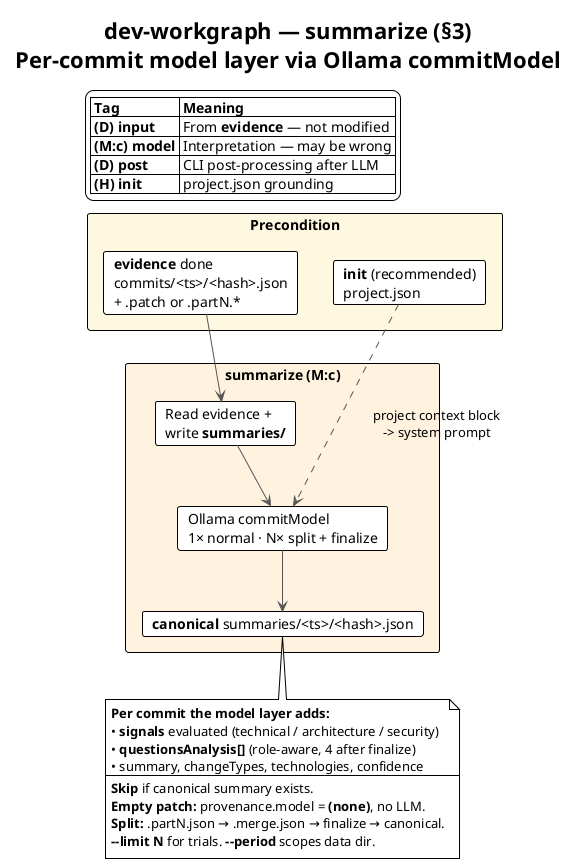
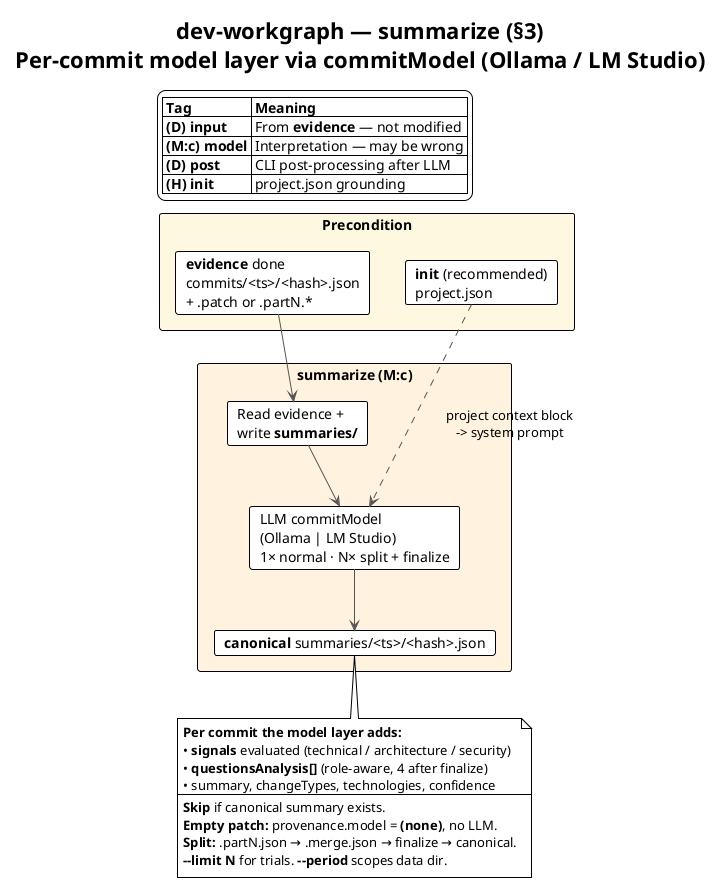
@startuml summarize-overview
!theme plain
skinparam shadowing false
skinparam ArrowColor #555555

- title dev-workgraph — **summarize** (§3)\nPer-commit **model layer** via Ollama **commitModel**
+ title dev-workgraph — **summarize** (§3)\nPer-commit **model layer** via **commitModel** (Ollama / LM Studio)

legend top left
  |= Tag |= Meaning |
  | **(D) input** | From **evidence** — not modified |
  | **(M:c) model** | Interpretation — may be wrong |
  | **(D) post** | CLI post-processing after LLM |
  | **(H) init** | project.json grounding |
endlegend

rectangle "**Precondition**" #FFF8E1 {
  card "**evidence** done\ncommits/<ts>/<hash>.json\n+ .patch or .partN.*" as EVID
  card "**init** (recommended)\nproject.json" as INIT
}

rectangle "**summarize (M:c)**" #FFF3E0 {
  card "Read evidence +\nwrite **summaries/**" as IN
-   card "Ollama commitModel\n1× normal · N× split + finalize" as LLM
+   card "LLM commitModel\n(Ollama | LM Studio)\n1× normal · N× split + finalize" as LLM
  card "**canonical** summaries/<ts>/<hash>.json" as OUT
}

EVID --> IN
INIT ..> LLM : project context block\n-> system prompt
IN --> LLM
LLM --> OUT

note bottom of OUT
  **Per commit the model layer adds:**
  • **signals** evaluated (technical / architecture / security)
  • **questionsAnalysis[]** (role-aware, 4 after finalize)
  • summary, changeTypes, technologies, confidence
  ----
  **Skip** if canonical summary exists.
  **Empty patch:** provenance.model = **(none)**, no LLM.
  **Split:** .partN.json → .merge.json → finalize → canonical.
  **--limit N** for trials. **--period** scopes data dir.
end note

@enduml


@startuml summarize-command
!theme plain
skinparam shadowing false
skinparam ActivityBorderColor #888888
skinparam NoteBackgroundColor #FFF3E0

title **summarize** — Full command flow

start

:Resolve repo → repo-id;\ncommits dir = commits/ or periods/<id>/commits/;

:List evidence commits/**/*.json;

if (None found?) then (yes)
  #Pink:Run **evidence** first;
  stop
else (no)
endif

- :Pick **commitModel** (Ollama);\n--model overrides;\nsaved in config.ollama.commitModel;
+ :Pick **commitModel**\n(Ollama / LM Studio);\n--model overrides;\nsaved in config.llm.commit;

:loadProjectContext(repo [, period]);
note right
  Prefer periods/<id>/project.json,
  fallback to repo-level project.json
end note

if (project.json missing?) then (yes)
  #FFF9C4:⚠️ Warn;\nempty project context block;
else (no)
  :Build projectContextBlock → prepend to system;
endif

:system = projectContextBlock + COMMIT_SUMMARY_SYSTEM;

:Build **pending** list;
note right
  Skip if **summaries/<ts>/<hash>.json** exists
  (canonical only — not .merge.json)
  Optional --limit N on pending slice
end note

if (pending empty?) then (yes)
  stop
else (no)
endif

partition "Per commit" {
  if (record.split?) then (yes)
    #LightBlue:→ **split path** (see summarize-split-commit);
  else (no)
    :Read commits/<ts>/.json + .patch;
  endif

  if (**isEmptySummarizePatch**(patch)?) then (yes)
    :Write empty ModelLayer;\nprovenance.model = **(none)**;
    note right: skipped (empty patch)\nno LLM call
  else (has diff hunks)
    repeat
-       :Ollama POST /api/chat\nformat = modelJsonSchema();
+       :chatJson — Ollama or LM Studio\nformat / response_format = modelJsonSchema();
      :extract + schema-validate;
    repeat while (fail?) is (yes)
    ->no;
    note right: Up to **3 attempts** with backoff

    if (All attempts failed?) then (yes)
      :Log failed;\n**no canonical summary**;
    else (success)
      :**enforceSignalReasons** (D post);
      :Attach **provenance** (D post);
      :Write **summaries/<ts>/<hash>.json**;\ncommits/ unchanged;
    endif
  endif
}

#LightGreen:✅ Summarized N, failed M, skipped empty K;

stop

@enduml


@startuml summarize-model-layer
!theme plain
skinparam shadowing false
skinparam classBackgroundColor #FAFAFA

title **ModelLayer** — canonical schema (§3)\n`summaries/<ts>/<hash>.json` · interpretation, not evidence

class "CommitSummaryRecord\n(after summarize)" as CR {
  commitHash, timestamp, title, author
  deterministic : DeterministicLayer **(D, from evidence)**
  model : ModelLayer **(M:c)**
}

- class "ModelLayer\n**(M:c) — from Ollama**" as MOD #FFF3E0 {
+ class "ModelLayer\n**(M:c) — from LLM backend**" as MOD #FFF3E0 {
  ..
  **Narrative**
  --
  **summary** : string
  Plain-language WHAT the diff changed.
  NOT importance, impact, or production use.
  PATCH is source of truth, not commit message.
  ROUTINE_RULE: deps/CI/format → name plainly,
  no version numbers; substantive only if mixed.
  --
  **changeTypes[]** : enum tags
  feature | bugfix | refactoring | security
  | infrastructure | testing | configuration
  | developer-tooling | architecture
  | documentation | deployment
  (zero or more)
  --
  **technologies[]** : string[]
  Languages, frameworks, tools, protocols
  **visible in the patch only** — no guessing.
  --
  ..
  **Signals** (low | medium | high only)
  --
  **technicalSignal**
  Technical depth / complexity of the change
  --
  **architectureSignal**
  Effect on structure, boundaries, modules,
  system design
  --
  **securitySignal**
  Authn, authz, identity, data protection,
  permissions, platform security
  --
  **signalReasons** { technical, architecture, security }
  One-line justification **grounded in patch**.
  Required when signal ≠ low.
  --
  ..
  **Missing context (primary output)**
  --
  **questionsAnalysis[]** : string[]
  What a human must answer — Git cannot know.
  Framed by **role** (via project context).
  Split finalize: exactly **4** items.
  Unknowns go here, never inferred in summary.
  --
  **confidence** : low | medium | high
  Model's confidence in its own summary
}

class "provenance\n**(D) — CLI attaches**" as PROV #E3F2FD {
-   model : Ollama name or **(none)**
+   model : model name or **(none)**
  generatedAt : ISO timestamp
}

MOD *-- PROV

note right of MOD
  **Not produced by the model** — added after generation.
  Empty patch: **(none)** provenance, blank summary.
  On validation failure after 3 retries: no canonical file.
end note

CR *-- MOD

@enduml


@startuml summarize-prompts
!theme plain
skinparam shadowing false

title **summarize** — Prompt assembly\n(system + user -> model JSON)

package "**System prompt**" #FFFDE7 {
  component "projectContextBlock\n(from init, optional)" as CTX
  component "COMMIT_SUMMARY_SYSTEM" as SYS
}

package "**User prompt**\nbuildCommitUserPrompt (D inputs)" #E8F5E9 {
  component "Metadata" as META
  component "Patch body" as PATCH
}

- package "**Ollama output**" as OUT #FFF3E0 {
+ package "**LLM output**" as OUT #FFF3E0 {
  component "commitModel" as LLM
  [ModelLayer JSON\nschema-validated]
}

note right of CTX
  **roleDefinitionPromptBlock** (from role-definitions.ts):
  matrix level, impact sphere,
  question + CV emphasis, doNotClaim
  profile.summary, domains, stack, themes
  story.preparedContext
  Frame questions for role
  Role in **system** only — not in user patch
  NEVER inflate impact because of context
end note

note right of SYS
  Patch = SOURCE OF TRUTH (not commit message)
  summary / technologies / signals / questions rules
  No team / they / we — one developer's commit
  No production / ownership / business impact claims
  ROUTINE_RULE (shared across pipeline)
end note

note right of META
  Commit message — CONTEXT ONLY, may be wrong
  Areas touched (from deterministic)
  Files added / modified / deleted / renamed
  Churn +lines / -lines
end note

note right of PATCH
  diff block (max 16000 chars)
  deterministic layer is read-only input —
  summarize never rewrites changedFiles, areas, churn
end note

CTX --> SYS : withProjectContext()
SYS --> LLM
META --> LLM
PATCH --> LLM

LLM --> OUT

@enduml


@startuml summarize-init-context
!theme plain
skinparam shadowing false

title How **init** shapes the **model layer** (not deterministic)

rectangle "**role-definitions.ts**\n(questionEmphasisForRole)" as RD #FFF8E1

map "Per-repo role → question emphasis" as ROLES {
  Principal Developer => system-wide trade-offs, cross-team boundaries,\nlong-term architectural consequences, org-scale production adoption
  Staff Developer => design ownership across subsystems,\nplatform direction, integration with adjacent systems
  Senior Developer => feature/design ownership, customer or product driver,\nreplacing manual processes, mentoring or review scope
  Middle Developer => feature/module ownership, design input vs execution-only,\nproduction support scope, collaboration across teams
  Junior Developer => assigned vs self-directed work, learning context,\nscope of autonomy, who reviewed or unblocked
  Principal Frontend Developer => cross-product frontend architecture,\ndesign-system/platform standards, org-scale UX adoption
  Staff Frontend Developer => frontend subsystem ownership,\ndesign-system/platform direction, API contract integration
  Senior Frontend Developer => feature-level UI ownership, component architecture,\nUX/product driver context, mentoring or review scope
  Middle Frontend Developer => shipped UI features/flows, component ownership,\naccessibility responsibility, API integration scope
  Junior Frontend Developer => assigned vs self-directed UI work,\ndesign handoff vs implementation-only, who reviewed or unblocked
}

rectangle "init → project.json" as PJ #FFF8E1
rectangle "Influences via **system** prompt" as INF #FFFDE7 {
  card "**summary** — patch-grounded;\nproject context for interpretation only" as S
  card "**questionsAnalysis[]** — role-aware gaps\n(roleDefinitionPromptBlock + emphasis)" as Q
  card "**signals** — patch only;\nNOT role-calibrated" as SIG
  card "**NOT** used to inflate impact\n(doNotClaim guard)" as X
}

PJ --> INF
RD ..> ROLES
ROLES ..> Q

note bottom
  Without init: warn + summarize with empty context block.
  Full competency text at init (console only);
  LLM gets compact ROLE DEFINITION block.
  Role shapes **which gaps to ask about**, not signal levels.
end note

@enduml


@startuml summarize-signals
!theme plain
skinparam shadowing false
skinparam NoteBackgroundColor #FFF3E0

title **Signals** — generation, validation, downstream use

rectangle "Model produces (M:c)" as GEN {
  card "technicalSignal" as TS
  card "architectureSignal" as AS
  card "securitySignal" as SS
  card "signalReasons.{technical,\narchitecture, security}" as SR
}

rectangle "**enforceSignalReasons (D post)**" as ENF #E3F2FD {
  card "If signal ≠ low AND reason empty\n→ demote signal to **low**" as R
}

rectangle "Downstream (deterministic)" as DOWN #E8F5E9 {
  card "**tierOf(commit)**\nfor commit-group groups.tiers" as TIER
}

GEN --> ENF
ENF --> DOWN

note as N1
  **Scale:** low < medium < high only — **no numeric scores**
  Non-low **must** cite patch in signalReasons
  model: null → tier **low**
end note

note as N2
  **tierOf rules:**
  • **hi** — at least one signal is high
  • **medium** — at least one medium, none high
  • **low** — all low, OR model is null
  Used by commit-group to weight session history depth
end note

@enduml


@startuml summarize-questions
!theme plain
skinparam shadowing false
skinparam NoteBackgroundColor #FCE4EC

title **questionsAnalysis[]** — primary model output at commit level (§3, §8)

rectangle "**Purpose**" as P {
  card "Recover context Git **cannot** store:\nownership, intent, production use, customer driver"
}

rectangle "**Prompt rules (COMMIT_SUMMARY_SYSTEM)**" as RULES {
  card "Never claim unknowns in summary — put in questions"
  card "Message vs patch mismatch → question the gap"
  card "Role emphasis from projectContextBlock"
  card "Skip facts already in preparedContext / profile"
}

rectangle "**Typical probes**" as EX {
  card "Used in production or experimental?"
  card "Your own design or maintenance of someone else's?"
  card "Customer-driven or internal tooling?"
  card "Part of a security boundary?"
  card "Replacing a manual process?"
}

rectangle "**Downstream**" as DOWN #E3F2FD {
  card "commit-group — session questions\n(merge + reframe)"
  card "report — dedupe across folds"
  card "prepare — collapse to 4 questions"
  card "final — human answers → RECONSTRUCTION.md"
}

P --> RULES
RULES --> EX
EX --> DOWN

note bottom
  **Most important field** in the model layer at this stage.
  Summaries describe *what* changed; questions ask *what Git cannot know*.
end note

@enduml


@startuml summarize-sequence
!theme plain
skinparam shadowing false

title Sequence — **summarize** per commit

actor "Developer" as DEV
database "commits/<ts>/\nevidence files" as COMM
database "summaries/<ts>/\ncanonical .json" as SUMM
database "project.json" as PJ
participant "**summarize**" as SUM
- participant "Ollama\ncommitModel" as LLM
+ participant "LLM\ncommitModel\nOllama | LM Studio" as LLM

DEV -> SUM : dev-workgraph summarize ./repo\n[--period] [--limit N]

SUM -> COMM : list evidence manifests
SUM -> SUMM : skip if canonical exists
SUM -> PJ : loadProjectContext()
alt missing
  SUM --> DEV : ⚠️ no project context
end

loop each pending commit
  alt split commit
    SUM -> SUM : parts → merge → finalize (3× LLM)
  else normal
    SUM -> COMM : read .json + .patch
  end

  alt empty patch (no diff --git)
    SUM -> SUMM : write (none) provenance\nno LLM
  else substantive
    SUM -> LLM : chatJson(schema=modelJsonSchema)
    alt success
      LLM --> SUM : ModelLayer fields
      SUM -> SUM : enforceSignalReasons()\n+ provenance
      SUM -> SUMM : write canonical .json
    else failure
      SUM --> DEV : failed — no canonical file
    end
  end
end

SUM --> DEV : ✅ summarized N, failed M, skipped empty K

@enduml


@startuml summarize-example
!theme plain
skinparam shadowing false

title Example — commit record **after summarize** (§3)

object "summaries/1717428123/b0648088.json" as REC #FFF3E0 {
  commitHash = "b0648088"
  title = "Production build and deployment automation"
  ..
  **deterministic (D — copied from evidence)**
  changedFiles.added = [assembly/production.xml, backend/build.sh, …]
  linesAdded = 214 · linesDeleted = 18
  areas = [backend, build-and-deploy]
  excludedFiles = [backend/package-lock.json]
  ..
  **model (M:c — from summarize)**
  summary = "Added Maven build profiles, ZIP assembly, …"
  changeTypes = [infrastructure, deployment, developer-tooling]
  technologies = [Maven, Node.js, …]
  technicalSignal = medium
  architectureSignal = medium
  securitySignal = low
  signalReasons.technical = "Introduces build tooling across Maven and Node…"
  signalReasons.architecture = "Defines deployment boundary and packaging…"
  signalReasons.security = "No auth/identity code touched."
  questionsAnalysis = [
    "Was this used for real production deployment, or experimental?",
    "Did this replace a manual deployment process?",
    "Was this your own work or a shared team effort?"
  ]
  confidence = medium
  provenance.model = "qwen2.5-coder:14b"
}

note bottom of REC
  deterministic = evidence (trustworthy)
  model = interpretation (may be wrong; cite patch in signals)
  questions = missing human context (primary product seed)
end note

@enduml


@startuml summarize-trust-boundary
!theme plain
skinparam shadowing false

title **summarize** — what stays **(D)** vs what the **model** adds

legend left
  **Stays in commits/ (from evidence)**
  ----
  deterministic.* (files, churn, areas, excludedFiles)
  .patch or .partN.patch on disk
  commitHash, timestamp, title, author
  ----
  **Written to summaries/ (M:c)**
  ----
  summary, changeTypes[], technologies[]
  technical / architecture / security signals
  signalReasons (patch-grounded)
  questionsAnalysis[] (role-aware)
  confidence
  provenance (CLI; **(none)** if empty patch)
endlegend

note bottom
  Init context affects **prompt only** — never rewrites evidence files.
  Split audit: .partN.json, .merge.json (not used by commit-group).
  Production / ownership / impact: **never inferred** — only in questionsAnalysis.
end note

@enduml


@startuml summarize-split-commit
!theme plain
skinparam shadowing false
skinparam ActivityBorderColor #888888
skinparam NoteBackgroundColor #E3F2FD

title **summarize** — Split commit flow (6 steps)\nAutomatic inside **summarize** · no separate CLI

start

if (canonical summary exists?) then (yes)
  :Skip entire commit;
  stop
else (no)
endif

partition "[1/6] Summarize parts (M:c)" {
  while (more parts?) is (yes)
    if (part patch empty?) then (yes)
      :Write partN.json\nprovenance (none);
    else (no)
-       :Ollama to summaries/partN.json;
+       :LLM to summaries/partN.json;
    endif
  endwhile (no)
}

partition "[2/6] Deterministic merge (D)" {
  :mergeCommitPartSummaries\nto hash.merge.json;
  note right
    Union signals, technologies,
    concat questionsAnalysis
  end note
}

if (merge exists and canonical missing?) then (resume)
  note right: Skip steps 1-2
else (fresh)
endif

partition "[3/6] Polish signalReasons (M:c)" {
  :LLM mergeFinalizeSignalReasons;
}
partition "[4/6] Compose summary (M:c)" {
  :LLM mergeFinalizeSummary;
}
partition "[5/6] Reframe questionsAnalysis (M:c)" {
  :LLM mergeFinalizeQuestions\nexactly 4 items;
}

partition "[6/6] Write canonical (D)" {
  :Write summaries/hash.json;
}

#LightGreen:✅ Split commit finalized;

stop

@enduml
